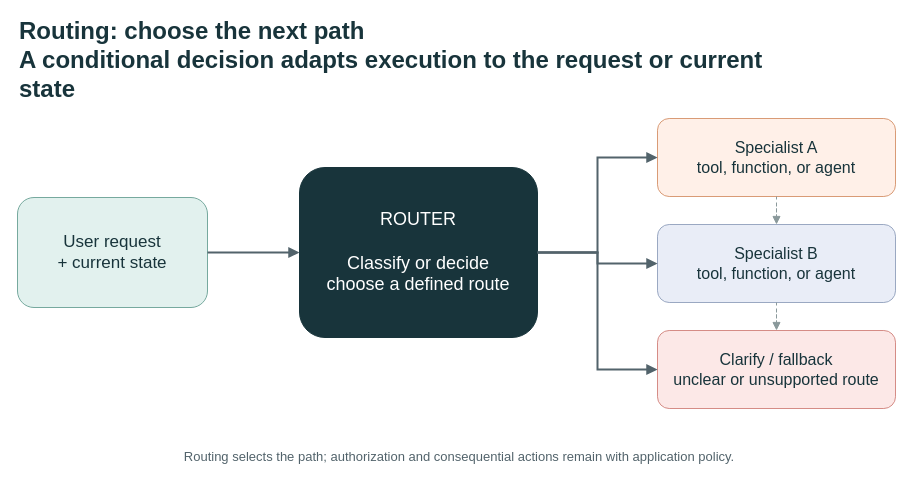
This is docs/images/routing-visual-summary.drawio from evoiz/Agentic-Design-Patterns, a draw.io file, before an edit. Source tidied: cells renumbered, new cells numbered last; positions are measured from the earlier drawing's top-left corner, leaving out a move shared by most shapes. Both pictures are drawn from the tidied source at 100%, with x=0, y=0 at pixel (17, 24).
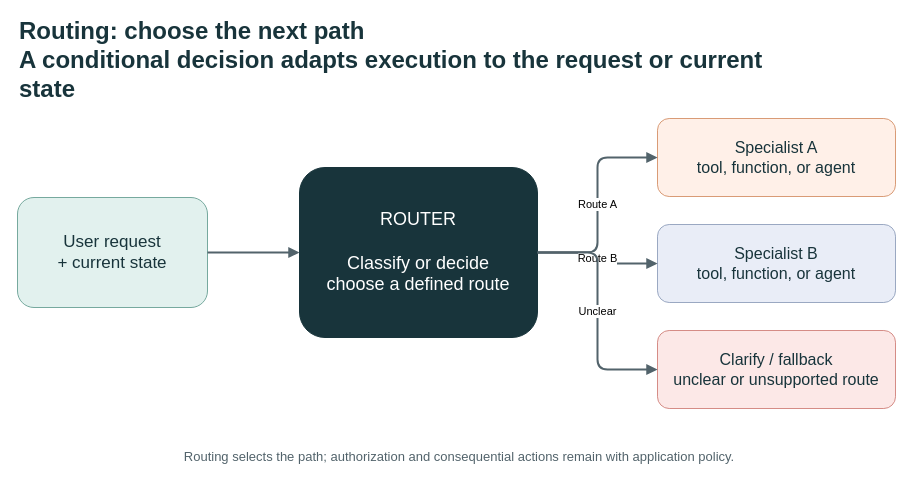
The same page after the edit.

The edit, as a diff of the source:
```diff
@@
 <mxGraphModel>
   <root>
     <mxCell id="0" />
     <mxCell id="1" parent="0" />
     <mxCell id="2" value="Routing: choose the next path&#10;A conditional decision adapts execution to the request or current state" style="text;html=1;align=left;verticalAlign=middle;whiteSpace=wrap;rounded=0;fontSize=24;fontStyle=1;fontColor=#18343B;" parent="1" vertex="1">
       <mxGeometry width="800" height="72" as="geometry" />
     </mxCell>
     <mxCell id="3" value="User request&#10;+ current state" style="rounded=1;whiteSpace=wrap;html=1;fillColor=#E2F1EE;strokeColor=#76A99E;fontColor=#18343B;fontSize=17;" parent="1" vertex="1">
       <mxGeometry y="173" width="190" height="110" as="geometry" />
     </mxCell>
     <mxCell id="4" value="ROUTER&#10;&#10;Classify or decide&#10;choose a defined route" style="rounded=1;whiteSpace=wrap;html=1;fillColor=#18343B;strokeColor=#18343B;fontColor=#FFFFFF;fontSize=18;" parent="1" vertex="1">
       <mxGeometry x="282" y="143" width="238" height="170" as="geometry" />
     </mxCell>
     <mxCell id="5" value="Specialist A&#10;tool, function, or agent" style="rounded=1;whiteSpace=wrap;html=1;fillColor=#FFF0E8;strokeColor=#D99B76;fontColor=#18343B;fontSize=16;" parent="1" vertex="1">
       <mxGeometry x="640" y="94" width="238" height="78" as="geometry" />
     </mxCell>
     <mxCell id="6" value="Specialist B&#10;tool, function, or agent" style="rounded=1;whiteSpace=wrap;html=1;fillColor=#E9EDF7;strokeColor=#9AA8C2;fontColor=#18343B;fontSize=16;" parent="1" vertex="1">
       <mxGeometry x="640" y="200" width="238" height="78" as="geometry" />
     </mxCell>
     <mxCell id="7" value="Clarify / fallback&#10;unclear or unsupported route" style="rounded=1;whiteSpace=wrap;html=1;fillColor=#FCE8E7;strokeColor=#D58C86;fontColor=#18343B;fontSize=16;" parent="1" vertex="1">
       <mxGeometry x="640" y="306" width="238" height="78" as="geometry" />
     </mxCell>
     <mxCell id="8" style="edgeStyle=orthogonalEdgeStyle;rounded=0;jettySize=auto;html=1;endArrow=block;endFill=1;strokeColor=#52636B;strokeWidth=2;" parent="1" edge="1" source="3" target="4">
       <mxGeometry relative="1" as="geometry" />
     </mxCell>
-    <mxCell id="9" style="edgeStyle=orthogonalEdgeStyle;rounded=0;jettySize=auto;html=1;endArrow=block;endFill=1;strokeColor=#52636B;strokeWidth=2;" parent="1" edge="1" source="4" target="5">
+    <mxCell id="9" value="Route A" style="edgeStyle=orthogonalEdgeStyle;html=1;endArrow=block;strokeColor=#52636B;strokeWidth=2;labelBackgroundColor=#FFFFFF;" parent="1" edge="1" source="4" target="5">
       <mxGeometry relative="1" as="geometry" />
     </mxCell>
-    <mxCell id="10" style="edgeStyle=orthogonalEdgeStyle;rounded=0;jettySize=auto;html=1;endArrow=block;endFill=1;strokeColor=#52636B;strokeWidth=2;" parent="1" edge="1" source="4" target="6">
+    <mxCell id="10" value="Route B" style="edgeStyle=orthogonalEdgeStyle;html=1;endArrow=block;strokeColor=#52636B;strokeWidth=2;labelBackgroundColor=#FFFFFF;" parent="1" edge="1" source="4" target="6">
       <mxGeometry relative="1" as="geometry" />
     </mxCell>
-    <mxCell id="11" style="edgeStyle=orthogonalEdgeStyle;rounded=0;jettySize=auto;html=1;endArrow=block;endFill=1;strokeColor=#52636B;strokeWidth=2;" parent="1" edge="1" source="4" target="7">
+    <mxCell id="11" value="Unclear" style="edgeStyle=orthogonalEdgeStyle;html=1;endArrow=block;strokeColor=#52636B;strokeWidth=2;labelBackgroundColor=#FFFFFF;" parent="1" edge="1" source="4" target="7">
       <mxGeometry relative="1" as="geometry" />
     </mxCell>
-    <mxCell id="12" style="edgeStyle=orthogonalEdgeStyle;rounded=0;jettySize=auto;html=1;endArrow=block;endFill=1;strokeColor=#8A999B;strokeWidth=1;dashed=1;" parent="1" edge="1" source="5" target="6">
-      <mxGeometry relative="1" as="geometry" />
-    </mxCell>
-    <mxCell id="13" style="edgeStyle=orthogonalEdgeStyle;rounded=0;jettySize=auto;html=1;endArrow=block;endFill=1;strokeColor=#8A999B;strokeWidth=1;dashed=1;" parent="1" edge="1" source="6" target="7">
-      <mxGeometry relative="1" as="geometry" />
-    </mxCell>
     <mxCell id="14" value="Routing selects the path; authorization and consequential actions remain with application policy." style="text;html=1;align=center;verticalAlign=middle;whiteSpace=wrap;rounded=0;fontSize=13;fontColor=#52636B;" parent="1" vertex="1">
       <mxGeometry x="52" y="416" width="780" height="32" as="geometry" />
     </mxCell>
   </root>
 </mxGraphModel>
```
